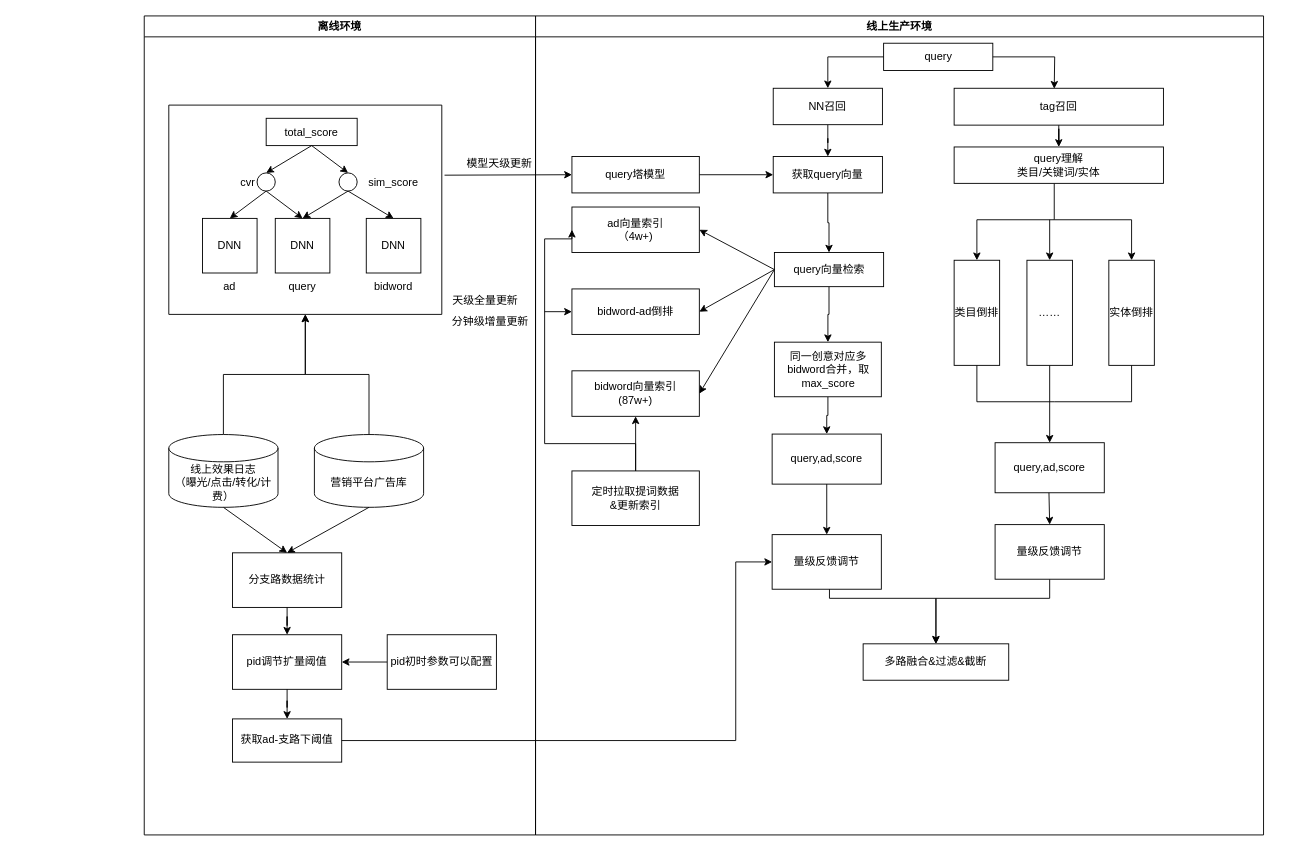
This is 未命名绘图.drawio from sszhaoGit/colab_test, a draw.io file, before an edit. Source tidied: cells renumbered, new cells numbered last; positions are measured from the earlier drawing's top-left corner, leaving out a move shared by most shapes. Both pictures are drawn from the tidied source at 91%, with x=0, y=0 at pixel (144, 15).
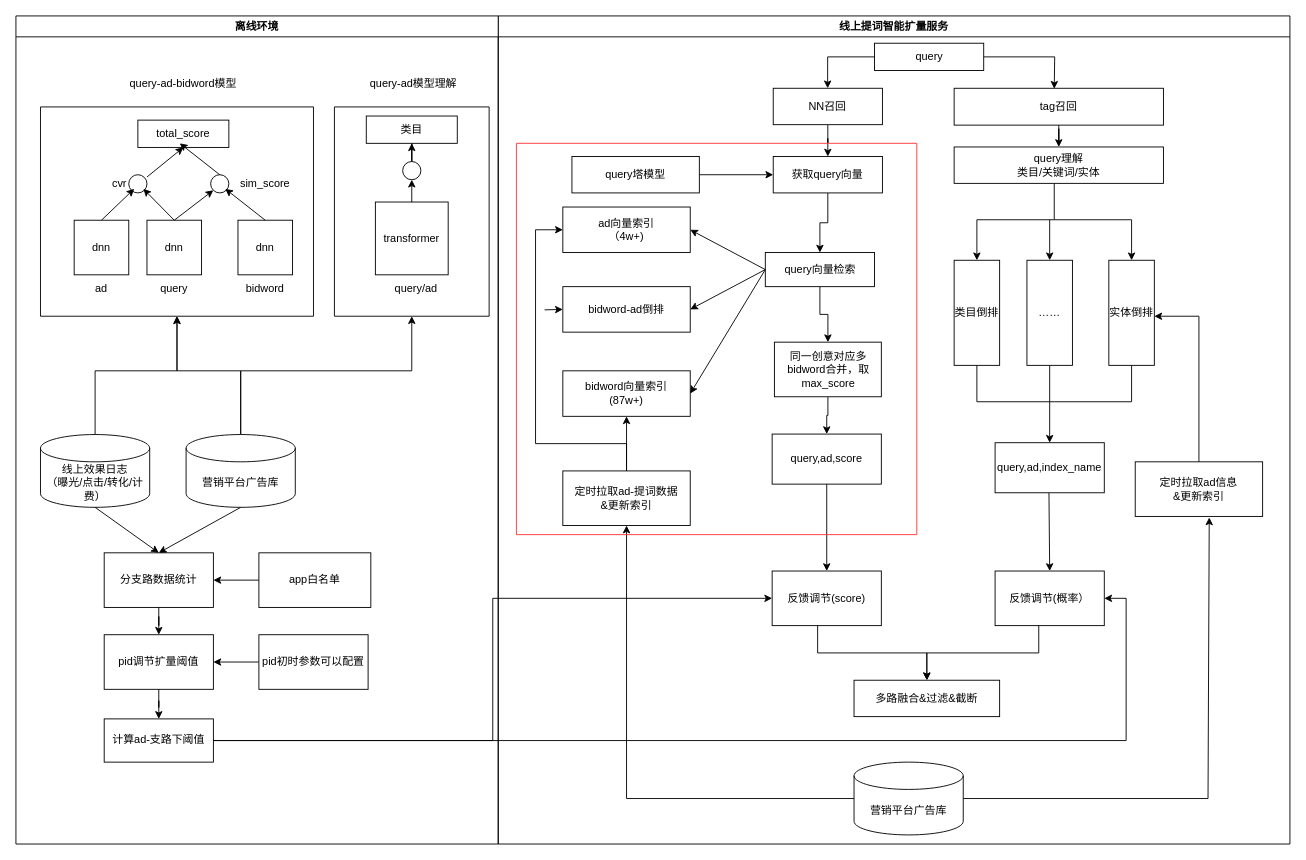
The same page after the edit.

Unchanged cells that the change refers to:
```xml
<mxCell id="6" value="NN召回" style="rounded=0;whiteSpace=wrap;html=1;" parent="1" vertex="1">
  <mxGeometry x="691.2" y="79.5" width="120" height="40" as="geometry" />
</mxCell>
<mxCell id="27" value="query塔模型" style="whiteSpace=wrap;html=1;" parent="1" vertex="1">
  <mxGeometry x="470" y="154.5" width="140" height="40" as="geometry" />
</mxCell>
<mxCell id="69" value="线上效果日志&lt;br&gt;（曝光/点击/转化/计费）" style="shape=cylinder3;whiteSpace=wrap;html=1;boundedLbl=1;backgroundOutline=1;size=15;" parent="47" vertex="1">
  <mxGeometry x="27" y="460" width="120" height="80" as="geometry" />
</mxCell>
<mxCell id="71" value="营销平台广告库" style="shape=cylinder3;whiteSpace=wrap;html=1;boundedLbl=1;backgroundOutline=1;size=15;" parent="47" vertex="1">
  <mxGeometry x="187" y="460" width="120" height="80" as="geometry" />
</mxCell>
<mxCell id="72" value="分支路数据统计" style="whiteSpace=wrap;html=1;rounded=0;" parent="47" vertex="1">
  <mxGeometry x="97" y="590" width="120" height="60" as="geometry" />
</mxCell>
```

Change to the diagram source:
```diff
@@
     <mxCell id="9" style="endArrow=classic;html=1;rounded=0;entryX=0;entryY=0.5;entryDx=0;entryDy=0;" parent="1" edge="1" target="38">
       <mxGeometry relative="1" as="geometry">
-        <mxPoint x="440" y="325" as="sourcePoint" />
+        <mxPoint x="440" y="323" as="sourcePoint" />
       </mxGeometry>
     </mxCell>
@@
-    <mxCell id="18" value="query,ad,score" style="whiteSpace=wrap;html=1;" parent="1" vertex="1">
-      <mxGeometry x="935" y="469" width="120" height="55" as="geometry" />
-    </mxCell>
@@
-    <mxCell id="28" style="edgeStyle=orthogonalEdgeStyle;rounded=0;jettySize=auto;html=1;entryX=0.5;entryY=0;entryDx=0;entryDy=0;" parent="1" edge="1" source="29" target="33">
-      <mxGeometry relative="1" as="geometry">
-        <Array as="points">
-          <mxPoint x="995" y="640" />
-          <mxPoint x="870" y="640" />
-        </Array>
-      </mxGeometry>
-    </mxCell>
-    <mxCell id="29" value="量级反馈调节" style="whiteSpace=wrap;html=1;rounded=0;" parent="1" vertex="1">
-      <mxGeometry x="935" y="559" width="120" height="60" as="geometry" />
-    </mxCell>
@@
-    <mxCell id="32" value="线上生产环境" style="swimlane;" parent="1" vertex="1">
-      <mxGeometry x="430" width="800" height="900" as="geometry" />
+    <mxCell id="32" value="线上提词智能扩量服务" style="swimlane;" parent="1" vertex="1">
+      <mxGeometry x="389" width="870" height="910" as="geometry" />
     </mxCell>
     <mxCell id="33" value="多路融合&amp;amp;过滤&amp;amp;截断" style="whiteSpace=wrap;html=1;rounded=0;" parent="32" vertex="1">
-      <mxGeometry x="360" y="690" width="160" height="40" as="geometry" />
+      <mxGeometry x="391" y="730" width="160" height="40" as="geometry" />
     </mxCell>
     <mxCell id="34" value="query" style="rounded=0;whiteSpace=wrap;html=1;" parent="32" vertex="1">
-      <mxGeometry x="382.5" y="30" width="120" height="30" as="geometry" />
+      <mxGeometry x="413.5" y="30" width="120" height="30" as="geometry" />
     </mxCell>
@@
-    <mxCell id="36" value="定时拉取提词数据&lt;br&gt;&amp;amp;更新索引" style="whiteSpace=wrap;html=1;" parent="32" vertex="1">
-      <mxGeometry x="40" y="500" width="140" height="60" as="geometry" />
+    <mxCell id="36" value="定时拉取ad-提词数据&lt;br&gt;&amp;amp;更新索引" style="whiteSpace=wrap;html=1;" parent="32" vertex="1">
+      <mxGeometry x="71" y="500" width="140" height="60" as="geometry" />
     </mxCell>
     <mxCell id="37" value="bidword向量索引&lt;br&gt;(87w+)" style="rounded=0;whiteSpace=wrap;html=1;" parent="32" vertex="1">
-      <mxGeometry x="40" y="390" width="140" height="50" as="geometry" />
+      <mxGeometry x="71" y="390" width="140" height="50" as="geometry" />
     </mxCell>
     <mxCell id="38" value="bidword-ad倒排" style="rounded=0;whiteSpace=wrap;html=1;" parent="32" vertex="1">
-      <mxGeometry x="40" y="300" width="140" height="50" as="geometry" />
+      <mxGeometry x="71" y="297.5" width="140" height="50" as="geometry" />
     </mxCell>
     <mxCell id="39" value="ad向量索引&lt;br&gt;（4w+)" style="rounded=0;whiteSpace=wrap;html=1;" parent="32" vertex="1">
-      <mxGeometry x="40" y="210" width="140" height="50" as="geometry" />
+      <mxGeometry x="71" y="210" width="140" height="50" as="geometry" />
     </mxCell>
     <mxCell id="40" style="edgeStyle=orthogonalEdgeStyle;rounded=0;jettySize=auto;html=1;entryX=0;entryY=0.5;entryDx=0;entryDy=0;" parent="32" edge="1" source="36" target="39">
       <mxGeometry relative="1" as="geometry">
         <Array as="points">
-          <mxPoint x="110" y="470" />
-          <mxPoint x="10" y="470" />
-          <mxPoint x="10" y="245" />
+          <mxPoint x="141" y="470" />
+          <mxPoint x="41" y="470" />
+          <mxPoint x="41" y="235" />
         </Array>
       </mxGeometry>
     </mxCell>
-    <mxCell id="41" value="量级反馈调节" style="whiteSpace=wrap;html=1;rounded=0;" parent="32" vertex="1">
-      <mxGeometry x="260" y="570" width="120" height="60" as="geometry" />
+    <mxCell id="41" value="反馈调节(score)" style="whiteSpace=wrap;html=1;rounded=0;" parent="32" vertex="1">
+      <mxGeometry x="301" y="610" width="120" height="60" as="geometry" />
     </mxCell>
     <mxCell id="42" style="edgeStyle=orthogonalEdgeStyle;rounded=0;jettySize=auto;html=1;entryX=0.5;entryY=0;entryDx=0;entryDy=0;" parent="32" edge="1" source="41" target="33">
       <mxGeometry relative="1" as="geometry">
         <Array as="points">
-          <mxPoint x="323" y="640" />
-          <mxPoint x="440" y="640" />
+          <mxPoint x="351" y="700" />
+          <mxPoint x="471" y="700" />
         </Array>
       </mxGeometry>
     </mxCell>
     <mxCell id="43" value="query向量检索" style="rounded=0;whiteSpace=wrap;html=1;" parent="32" vertex="1">
-      <mxGeometry x="262.5" y="260" width="120" height="37.5" as="geometry" />
+      <mxGeometry x="293.5" y="260" width="120" height="37.5" as="geometry" />
     </mxCell>
@@
+    <mxCell id="86" style="edgeStyle=orthogonalEdgeStyle;rounded=0;jettySize=auto;html=1;entryX=0.5;entryY=1;entryDx=0;entryDy=0;" parent="32" edge="1" source="87" target="36">
+      <mxGeometry relative="1" as="geometry" />
+    </mxCell>
+    <mxCell id="87" value="营销平台广告库" style="shape=cylinder3;whiteSpace=wrap;html=1;boundedLbl=1;backgroundOutline=1;size=15;" parent="32" vertex="1">
+      <mxGeometry x="391" y="820" width="120" height="80" as="geometry" />
+    </mxCell>
+    <mxCell id="29" value="反馈调节(概率）" style="whiteSpace=wrap;html=1;rounded=0;" parent="32" vertex="1">
+      <mxGeometry x="546" y="610" width="120" height="60" as="geometry" />
+    </mxCell>
+    <mxCell id="28" style="edgeStyle=orthogonalEdgeStyle;rounded=0;jettySize=auto;html=1;entryX=0.5;entryY=0;entryDx=0;entryDy=0;" parent="32" edge="1" source="29" target="33">
+      <mxGeometry relative="1" as="geometry">
+        <Array as="points">
+          <mxPoint x="594" y="700" />
+          <mxPoint x="471" y="700" />
+        </Array>
+      </mxGeometry>
+    </mxCell>
+    <mxCell id="88" value="定时拉取ad信息&lt;br&gt;&amp;amp;更新索引" style="whiteSpace=wrap;html=1;" parent="32" vertex="1">
+      <mxGeometry x="700" y="490" width="140" height="60" as="geometry" />
+    </mxCell>
+    <mxCell id="89" style="endArrow=classic;html=1;rounded=0;exitX=1;exitY=0.5;exitDx=0;exitDy=0;exitPerimeter=0;entryX=0.581;entryY=1.019;entryDx=0;entryDy=0;entryPerimeter=0;" parent="32" edge="1" source="87" target="88">
+      <mxGeometry relative="1" as="geometry">
+        <Array as="points">
+          <mxPoint x="780" y="860" />
+        </Array>
+      </mxGeometry>
+    </mxCell>
+    <mxCell id="18" value="query,ad,index_name" style="whiteSpace=wrap;html=1;" parent="32" vertex="1">
+      <mxGeometry x="546" y="469" width="120" height="55" as="geometry" />
+    </mxCell>
+    <mxCell id="90" style="swimlane;startSize=0;fillColor=#FF6666;strokeColor=#FF3333;" parent="32" vertex="1">
+      <mxGeometry x="20" y="140" width="440" height="430" as="geometry" />
+    </mxCell>
     <mxCell id="47" value="离线环境" style="swimlane;" parent="1" vertex="1">
-      <mxGeometry width="430" height="900" as="geometry" />
+      <mxGeometry x="-141" width="530" height="910" as="geometry" />
     </mxCell>
-    <mxCell id="48" value="DNN" style="whiteSpace=wrap;html=1;" parent="47" vertex="1">
-      <mxGeometry x="64" y="222.5" width="60" height="60" as="geometry" />
+    <mxCell id="48" value="dnn" style="whiteSpace=wrap;html=1;" parent="47" vertex="1">
+      <mxGeometry x="64" y="224.5" width="60" height="60" as="geometry" />
     </mxCell>
     <mxCell id="49" value="ad" style="text;html=1;strokeColor=none;fillColor=none;align=center;verticalAlign=middle;whiteSpace=wrap;rounded=0;" parent="47" vertex="1">
-      <mxGeometry x="64" y="282.5" width="60" height="30" as="geometry" />
+      <mxGeometry x="64" y="284.5" width="60" height="30" as="geometry" />
     </mxCell>
-    <mxCell id="50" value="DNN" style="whiteSpace=wrap;html=1;" parent="47" vertex="1">
-      <mxGeometry x="144" y="222.5" width="60" height="60" as="geometry" />
+    <mxCell id="50" value="dnn" style="whiteSpace=wrap;html=1;" parent="47" vertex="1">
+      <mxGeometry x="144" y="224.5" width="60" height="60" as="geometry" />
     </mxCell>
-    <mxCell id="51" value="DNN" style="whiteSpace=wrap;html=1;" parent="47" vertex="1">
-      <mxGeometry x="244" y="222.5" width="60" height="60" as="geometry" />
+    <mxCell id="51" value="dnn" style="whiteSpace=wrap;html=1;" parent="47" vertex="1">
+      <mxGeometry x="244" y="224.5" width="60" height="60" as="geometry" />
     </mxCell>
     <mxCell id="52" value="bidword" style="text;html=1;strokeColor=none;fillColor=none;align=center;verticalAlign=middle;whiteSpace=wrap;rounded=0;" parent="47" vertex="1">
-      <mxGeometry x="244" y="282.5" width="60" height="30" as="geometry" />
+      <mxGeometry x="244" y="284.5" width="60" height="30" as="geometry" />
     </mxCell>
     <mxCell id="53" value="query" style="text;html=1;strokeColor=none;fillColor=none;align=center;verticalAlign=middle;whiteSpace=wrap;rounded=0;" parent="47" vertex="1">
-      <mxGeometry x="144" y="282.5" width="60" height="30" as="geometry" />
+      <mxGeometry x="144" y="284.5" width="60" height="30" as="geometry" />
     </mxCell>
     <mxCell id="54" style="ellipse;whiteSpace=wrap;html=1;" parent="47" vertex="1">
-      <mxGeometry x="124" y="172.5" width="20" height="20" as="geometry" />
+      <mxGeometry x="124" y="174.5" width="20" height="20" as="geometry" />
     </mxCell>
-    <mxCell id="55" style="endArrow=classic;html=1;rounded=0;exitX=0.5;exitY=1;exitDx=0;exitDy=0;entryX=0.5;entryY=0;entryDx=0;entryDy=0;" parent="47" edge="1" source="54" target="48">
-      <mxGeometry relative="1" as="geometry" />
-    </mxCell>
-    <mxCell id="56" style="endArrow=classic;html=1;rounded=0;exitX=0.5;exitY=1;exitDx=0;exitDy=0;entryX=0.5;entryY=0;entryDx=0;entryDy=0;" parent="47" edge="1" source="54" target="50">
-      <mxGeometry relative="1" as="geometry" />
-    </mxCell>
     <mxCell id="57" style="ellipse;whiteSpace=wrap;html=1;" parent="47" vertex="1">
-      <mxGeometry x="214" y="172.5" width="20" height="20" as="geometry" />
+      <mxGeometry x="214" y="174.5" width="20" height="20" as="geometry" />
     </mxCell>
-    <mxCell id="58" style="endArrow=classic;html=1;rounded=0;exitX=0.5;exitY=1;exitDx=0;exitDy=0;entryX=0.5;entryY=0;entryDx=0;entryDy=0;" parent="47" edge="1" source="57" target="50">
-      <mxGeometry relative="1" as="geometry" />
-    </mxCell>
-    <mxCell id="59" style="endArrow=classic;html=1;rounded=0;exitX=0.5;exitY=1;exitDx=0;exitDy=0;entryX=0.5;entryY=0;entryDx=0;entryDy=0;" parent="47" edge="1" source="57" target="51">
-      <mxGeometry relative="1" as="geometry" />
-    </mxCell>
     <mxCell id="60" value="total_score" style="rounded=0;whiteSpace=wrap;html=1;" parent="47" vertex="1">
-      <mxGeometry x="134" y="112.5" width="100" height="30" as="geometry" />
+      <mxGeometry x="134" y="114.5" width="100" height="30" as="geometry" />
     </mxCell>
-    <mxCell id="61" style="endArrow=classic;html=1;rounded=0;exitX=0.5;exitY=1;exitDx=0;exitDy=0;" parent="47" edge="1" source="60">
-      <mxGeometry relative="1" as="geometry">
-        <mxPoint x="134" y="172.5" as="targetPoint" />
-      </mxGeometry>
-    </mxCell>
-    <mxCell id="62" style="endArrow=classic;html=1;rounded=0;exitX=0.5;exitY=1;exitDx=0;exitDy=0;entryX=0.5;entryY=0;entryDx=0;entryDy=0;" parent="47" edge="1" source="60" target="57">
-      <mxGeometry relative="1" as="geometry" />
-    </mxCell>
     <mxCell id="63" value="cvr" style="text;html=1;strokeColor=none;fillColor=none;align=center;verticalAlign=middle;whiteSpace=wrap;rounded=0;" parent="47" vertex="1">
-      <mxGeometry x="84" y="167.5" width="60" height="30" as="geometry" />
+      <mxGeometry x="84" y="169.5" width="60" height="30" as="geometry" />
     </mxCell>
     <mxCell id="64" value="sim_score" style="text;html=1;strokeColor=none;fillColor=none;align=center;verticalAlign=middle;whiteSpace=wrap;rounded=0;" parent="47" vertex="1">
-      <mxGeometry x="244" y="167.5" width="60" height="30" as="geometry" />
+      <mxGeometry x="244" y="169.5" width="60" height="30" as="geometry" />
     </mxCell>
     <mxCell id="65" style="swimlane;startSize=0;" parent="47" vertex="1">
-      <mxGeometry x="27" y="98" width="300" height="230" as="geometry" />
+      <mxGeometry x="27" y="100" width="300" height="230" as="geometry" />
     </mxCell>
-    <mxCell id="66" value="天级全量更新" style="text;html=1;strokeColor=none;fillColor=none;align=center;verticalAlign=middle;whiteSpace=wrap;rounded=0;" parent="47" vertex="1">
-      <mxGeometry x="333" y="298" width="84" height="30" as="geometry" />
-    </mxCell>
-    <mxCell id="67" value="模型天级更新" style="text;html=1;align=center;verticalAlign=middle;strokeColor=none;fillColor=none;" parent="47" vertex="1">
-      <mxGeometry x="340" y="147.5" width="100" height="30" as="geometry" />
-    </mxCell>
     <mxCell id="68" style="edgeStyle=orthogonalEdgeStyle;rounded=0;jettySize=auto;html=1;entryX=0.5;entryY=1;entryDx=0;entryDy=0;" parent="47" edge="1" source="69" target="65">
-      <mxGeometry relative="1" as="geometry" />
+      <mxGeometry relative="1" as="geometry">
+        <Array as="points">
+          <mxPoint x="87" y="390" />
+          <mxPoint x="177" y="390" />
+        </Array>
+      </mxGeometry>
     </mxCell>
@@
     <mxCell id="70" style="edgeStyle=orthogonalEdgeStyle;rounded=0;jettySize=auto;html=1;entryX=0.5;entryY=1;entryDx=0;entryDy=0;" parent="47" edge="1" source="71" target="65">
-      <mxGeometry relative="1" as="geometry" />
+      <mxGeometry relative="1" as="geometry">
+        <Array as="points">
+          <mxPoint x="247" y="390" />
+          <mxPoint x="177" y="390" />
+        </Array>
+      </mxGeometry>
     </mxCell>
+    <mxCell id="91" style="edgeStyle=orthogonalEdgeStyle;rounded=0;jettySize=auto;html=1;entryX=0.5;entryY=1;entryDx=0;entryDy=0;" parent="47" edge="1" source="71" target="94">
+      <mxGeometry relative="1" as="geometry">
+        <Array as="points">
+          <mxPoint x="247" y="390" />
+          <mxPoint x="435" y="390" />
+        </Array>
+      </mxGeometry>
+    </mxCell>
@@
-    <mxCell id="77" value="获取ad-支路下阈值" style="whiteSpace=wrap;html=1;rounded=0;" parent="47" vertex="1">
+    <mxCell id="77" value="计算ad-支路下阈值" style="whiteSpace=wrap;html=1;rounded=0;" parent="47" vertex="1">
       <mxGeometry x="97" y="772.5" width="120" height="47.5" as="geometry" />
     </mxCell>
@@
-    <mxCell id="81" style="endArrow=classic;html=1;rounded=0;entryX=0;entryY=0.5;entryDx=0;entryDy=0;" parent="1" edge="1" target="27">
-      <mxGeometry relative="1" as="geometry">
-        <mxPoint x="330" y="175" as="sourcePoint" />
-      </mxGeometry>
-    </mxCell>
-    <mxCell id="82" style="edgeStyle=orthogonalEdgeStyle;rounded=0;jettySize=auto;html=1;entryX=0;entryY=0.5;entryDx=0;entryDy=0;" parent="1" edge="1" source="77" target="41">
-      <mxGeometry relative="1" as="geometry">
-        <Array as="points">
-          <mxPoint x="650" y="796" />
-          <mxPoint x="650" y="600" />
-        </Array>
-      </mxGeometry>
-    </mxCell>
-    <mxCell id="83" value="分钟级增量更新" style="text;html=1;strokeColor=none;fillColor=none;align=center;verticalAlign=middle;whiteSpace=wrap;rounded=0;" parent="1" vertex="1">
-      <mxGeometry x="334" y="321" width="93" height="30" as="geometry" />
-    </mxCell>
+    <mxCell id="92" style="edgeStyle=orthogonalEdgeStyle;rounded=0;jettySize=auto;html=1;" parent="47" edge="1" source="93" target="72">
+      <mxGeometry relative="1" as="geometry" />
+    </mxCell>
+    <mxCell id="93" value="app白名单" style="whiteSpace=wrap;html=1;rounded=0;" parent="47" vertex="1">
+      <mxGeometry x="267" y="590" width="123" height="60" as="geometry" />
+    </mxCell>
+    <mxCell id="94" style="swimlane;startSize=0;" parent="47" vertex="1">
+      <mxGeometry x="350" y="100" width="170" height="230" as="geometry" />
+    </mxCell>
+    <mxCell id="95" value="query/ad" style="text;html=1;strokeColor=none;fillColor=none;align=center;verticalAlign=middle;whiteSpace=wrap;rounded=0;" parent="94" vertex="1">
+      <mxGeometry x="60" y="184.5" width="60" height="30" as="geometry" />
+    </mxCell>
+    <mxCell id="96" value="transformer" style="whiteSpace=wrap;html=1;" parent="94" vertex="1">
+      <mxGeometry x="45" y="104.5" width="80" height="80" as="geometry" />
+    </mxCell>
+    <mxCell id="97" style="edgeStyle=orthogonalEdgeStyle;rounded=0;jettySize=auto;html=1;" parent="94" edge="1" source="98" target="100">
+      <mxGeometry relative="1" as="geometry" />
+    </mxCell>
+    <mxCell id="98" style="ellipse;whiteSpace=wrap;html=1;" parent="94" vertex="1">
+      <mxGeometry x="75" y="60" width="20" height="20" as="geometry" />
+    </mxCell>
+    <mxCell id="99" style="endArrow=classic;html=1;rounded=0;exitX=0.5;exitY=0;exitDx=0;exitDy=0;" parent="94" edge="1" source="96">
+      <mxGeometry relative="1" as="geometry">
+        <mxPoint x="85" y="80" as="targetPoint" />
+      </mxGeometry>
+    </mxCell>
+    <mxCell id="100" value="类目" style="rounded=0;whiteSpace=wrap;html=1;" parent="94" vertex="1">
+      <mxGeometry x="35" y="10" width="100" height="30" as="geometry" />
+    </mxCell>
+    <mxCell id="101" style="endArrow=classic;html=1;rounded=0;exitX=0.5;exitY=0;exitDx=0;exitDy=0;" parent="47" edge="1" source="48">
+      <mxGeometry relative="1" as="geometry">
+        <mxPoint x="130" y="190" as="targetPoint" />
+      </mxGeometry>
+    </mxCell>
+    <mxCell id="102" style="endArrow=classic;html=1;rounded=0;entryX=0;entryY=1;entryDx=0;entryDy=0;exitX=0.5;exitY=0;exitDx=0;exitDy=0;" parent="47" edge="1" source="50" target="57">
+      <mxGeometry relative="1" as="geometry" />
+    </mxCell>
+    <mxCell id="103" style="endArrow=classic;html=1;rounded=0;exitX=1;exitY=0.25;exitDx=0;exitDy=0;entryX=0.5;entryY=1;entryDx=0;entryDy=0;" parent="47" edge="1" source="63" target="60">
+      <mxGeometry relative="1" as="geometry" />
+    </mxCell>
+    <mxCell id="104" value="query-ad-bidword模型" style="text;html=1;strokeColor=none;fillColor=none;align=center;verticalAlign=middle;whiteSpace=wrap;rounded=0;" parent="47" vertex="1">
+      <mxGeometry x="101" y="60" width="166" height="30" as="geometry" />
+    </mxCell>
+    <mxCell id="105" value="query-ad模型理解" style="text;html=1;strokeColor=none;fillColor=none;align=center;verticalAlign=middle;whiteSpace=wrap;rounded=0;" parent="47" vertex="1">
+      <mxGeometry x="354" y="60" width="166" height="30" as="geometry" />
+    </mxCell>
     <mxCell id="84" style="edgeStyle=orthogonalEdgeStyle;rounded=0;jettySize=auto;html=1;" parent="1" edge="1" source="34" target="6">
-      <mxGeometry relative="1" as="geometry" />
+      <mxGeometry relative="1" as="geometry">
+        <Array as="points">
+          <mxPoint x="751" y="45" />
+        </Array>
+      </mxGeometry>
     </mxCell>
@@
+    <mxCell id="82" style="edgeStyle=orthogonalEdgeStyle;rounded=0;jettySize=auto;html=1;entryX=0;entryY=0.5;entryDx=0;entryDy=0;" parent="1" edge="1" source="77" target="41">
+      <mxGeometry relative="1" as="geometry" />
+    </mxCell>
+    <mxCell id="106" style="edgeStyle=orthogonalEdgeStyle;rounded=0;jettySize=auto;html=1;entryX=1;entryY=0.5;entryDx=0;entryDy=0;" parent="1" edge="1" source="77" target="29">
+      <mxGeometry relative="1" as="geometry">
+        <Array as="points">
+          <mxPoint x="1079" y="796" />
+          <mxPoint x="1079" y="640" />
+        </Array>
+      </mxGeometry>
+    </mxCell>
+    <mxCell id="107" style="endArrow=classic;html=1;rounded=0;exitX=0.5;exitY=0;exitDx=0;exitDy=0;" parent="1" edge="1" source="50">
+      <mxGeometry relative="1" as="geometry">
+        <mxPoint x="-1" y="190" as="targetPoint" />
+      </mxGeometry>
+    </mxCell>
+    <mxCell id="108" style="endArrow=classic;html=1;rounded=0;exitX=0.5;exitY=0;exitDx=0;exitDy=0;" parent="1" edge="1" source="51">
+      <mxGeometry relative="1" as="geometry">
+        <mxPoint x="89" y="190" as="targetPoint" />
+      </mxGeometry>
+    </mxCell>
+    <mxCell id="109" style="endArrow=classic;html=1;rounded=0;exitX=0.5;exitY=0;exitDx=0;exitDy=0;" parent="1" edge="1" source="57">
+      <mxGeometry relative="1" as="geometry">
+        <mxPoint x="39" y="140" as="targetPoint" />
+      </mxGeometry>
+    </mxCell>
+    <mxCell id="110" style="edgeStyle=orthogonalEdgeStyle;rounded=0;jettySize=auto;html=1;exitX=0.5;exitY=0;exitDx=0;exitDy=0;" parent="1" edge="1" source="88">
+      <mxGeometry relative="1" as="geometry">
+        <mxPoint x="1110" y="330" as="targetPoint" />
+        <Array as="points">
+          <mxPoint x="1159" y="330" />
+        </Array>
+      </mxGeometry>
+    </mxCell>
```
